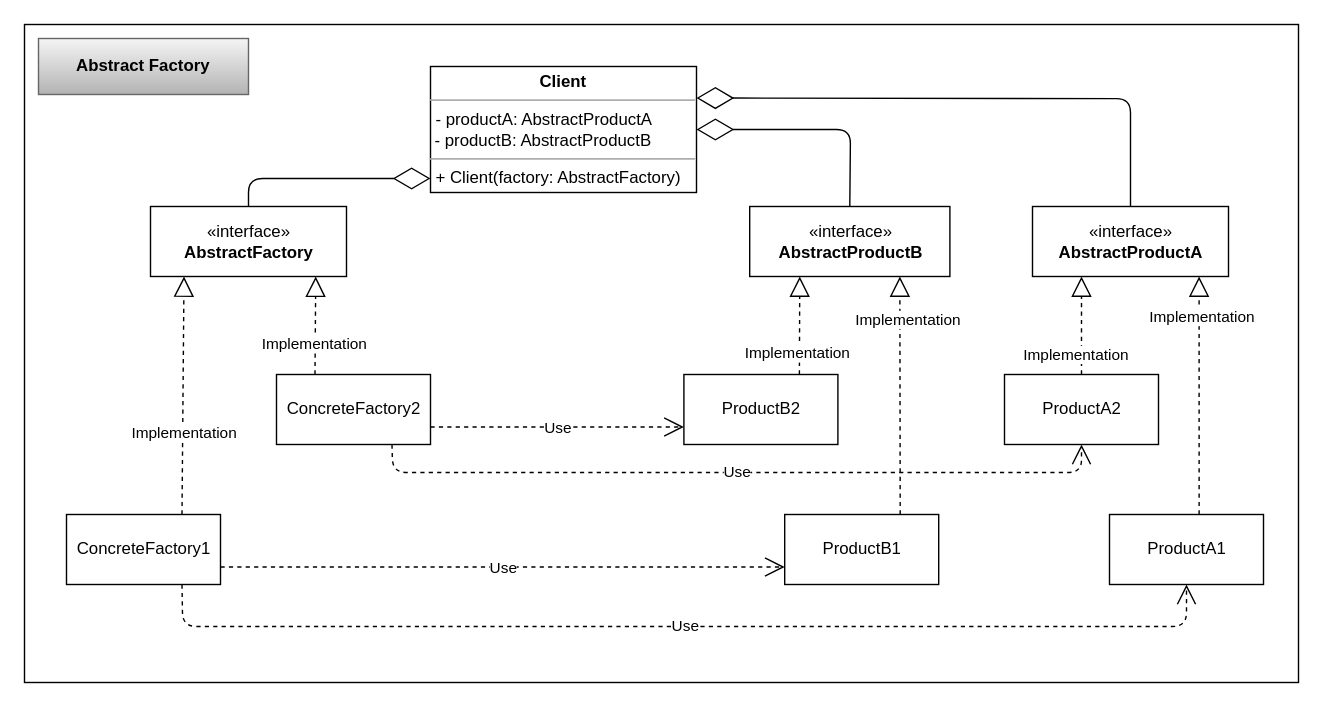
Itchimonji/design-patterns-in-angular keeps this draw.io diagram as drawio/01. Abstract Factory.drawio. Above is the earlier version. Source tidied: cells renumbered, new cells numbered last; positions are measured from the earlier drawing's top-left corner, leaving out a move shared by most shapes. Both pictures are drawn from the tidied source at 140%, with x=0, y=0 at pixel (24, 24).
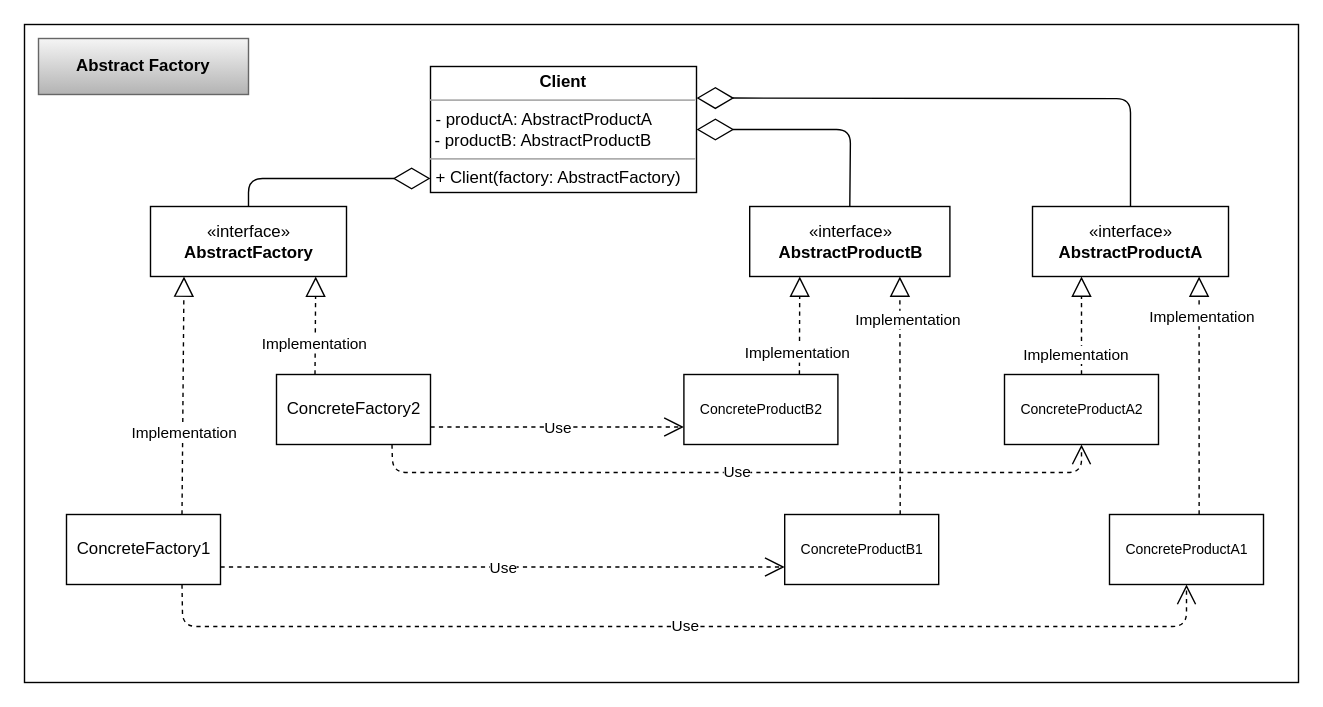
The same diagram, later.

The edit, as a diff of the source:
```diff
@@
-    <mxCell id="16" value="ProductB1" style="html=1;" parent="1" vertex="1">
+    <mxCell id="16" value="ConcreteProductB1" style="html=1;fontSize=10;" parent="1" vertex="1">
       <mxGeometry x="543" y="350" width="110" height="50" as="geometry" />
     </mxCell>
-    <mxCell id="17" value="ProductB2" style="html=1;" parent="1" vertex="1">
+    <mxCell id="17" value="ConcreteProductB2" style="html=1;fontSize=10;" parent="1" vertex="1">
       <mxGeometry x="471" y="250" width="110" height="50" as="geometry" />
     </mxCell>
-    <mxCell id="18" value="ProductA2" style="html=1;" parent="1" vertex="1">
+    <mxCell id="18" value="ConcreteProductA2" style="html=1;fontSize=10;" parent="1" vertex="1">
       <mxGeometry x="700" y="250" width="110" height="50" as="geometry" />
     </mxCell>
-    <mxCell id="19" value="ProductA1" style="html=1;" parent="1" vertex="1">
+    <mxCell id="19" value="ConcreteProductA1" style="html=1;fontSize=10;" parent="1" vertex="1">
       <mxGeometry x="775" y="350" width="110" height="50" as="geometry" />
     </mxCell>
```
